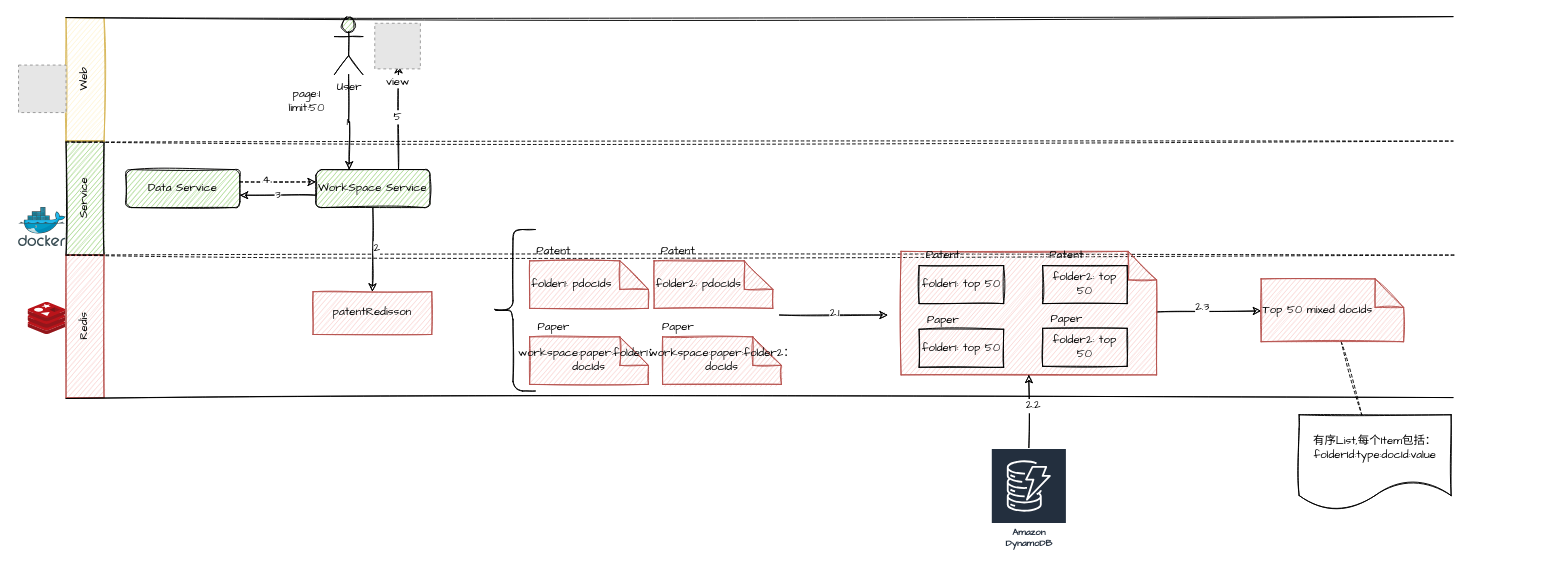
Before: page "Project Add Sorting" (2 of 5) of RD Innovation.drawio in yindongjun/gangzhang.github.io, a draw.io diagram. Source tidied: cells renumbered, new cells numbered last; positions are measured from the earlier drawing's top-left corner, leaving out a move shared by most shapes. Both pictures are drawn from the tidied source at 95%, with x=0, y=0 at pixel (18, 16). Pictures stored in the file or linked from it are replaced by grey dashed boxes.
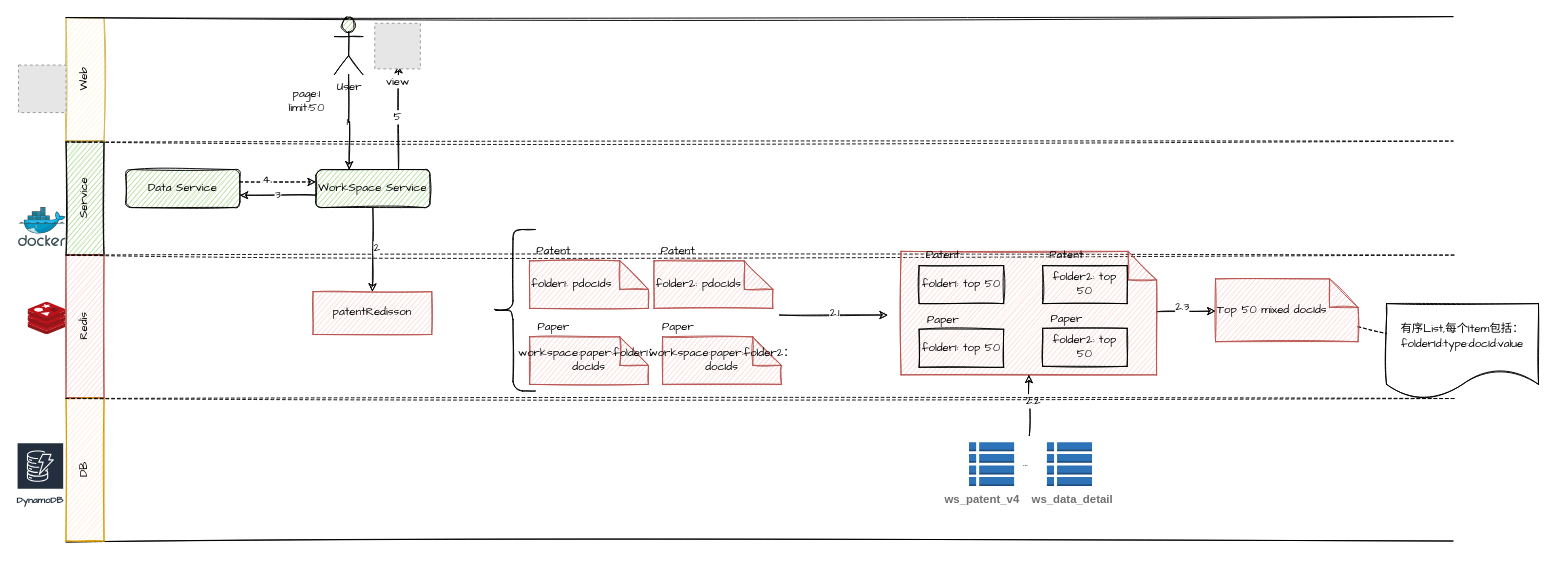
The same page after the edit.

The change refers to these unchanged cells:
```xml
<mxCell id="40" style="shape=note;whiteSpace=wrap;html=1;backgroundOutline=1;darkOpacity=0.05;sketch=1;fontFamily=Comic Sans MS;fillColor=#f8cecc;strokeColor=#b85450;align=left;" parent="1" vertex="1">
  <mxGeometry x="929" y="247.1" width="269" height="130" as="geometry" />
</mxCell>
```

What changed in the source:
```diff
@@
     <mxCell id="20" style="endArrow=none;html=1;rounded=0;sketch=1;fontFamily=Comic Sans MS;fontColor=none;exitX=0;exitY=1;exitDx=0;exitDy=0;" parent="1" edge="1">
       <mxGeometry relative="1" as="geometry">
-        <mxPoint x="50" y="402" as="sourcePoint" />
-        <mxPoint x="1510" y="401" as="targetPoint" />
+        <mxPoint x="50" y="553" as="sourcePoint" />
+        <mxPoint x="1510" y="552" as="targetPoint" />
       </mxGeometry>
     </mxCell>
@@
-    <mxCell id="49" style="edgeStyle=orthogonalEdgeStyle;rounded=0;sketch=1;jettySize=auto;html=1;fontFamily=Comic Sans MS;fontSize=12;fontColor=none;startArrow=none;startFill=0;" parent="1" edge="1" source="51" target="40">
-      <mxGeometry relative="1" as="geometry" />
+    <mxCell id="49" style="edgeStyle=orthogonalEdgeStyle;rounded=0;sketch=1;jettySize=auto;html=1;fontFamily=Comic Sans MS;fontSize=12;fontColor=none;startArrow=none;startFill=0;" parent="1" edge="1" target="40">
+      <mxGeometry relative="1" as="geometry">
+        <mxPoint x="1064" y="441" as="sourcePoint" />
+      </mxGeometry>
     </mxCell>
@@
-    <mxCell id="51" value="Amazon DynamoDB" style="sketch=0;outlineConnect=0;fontColor=#232F3E;gradientColor=none;strokeColor=#ffffff;fillColor=#232F3E;dashed=0;verticalLabelPosition=middle;verticalAlign=bottom;align=center;html=1;whiteSpace=wrap;fontSize=10;fontStyle=1;spacing=3;shape=mxgraph.aws4.productIcon;prIcon=mxgraph.aws4.dynamodb;fontFamily=Comic Sans MS;" parent="1" vertex="1">
-      <mxGeometry x="1023.5" y="454.1" width="80" height="110" as="geometry" />
+    <mxCell id="51" value="DynamoDB" style="sketch=0;outlineConnect=0;fontColor=#232F3E;gradientColor=none;strokeColor=#ffffff;fillColor=#232F3E;dashed=0;verticalLabelPosition=middle;verticalAlign=bottom;align=center;html=1;whiteSpace=wrap;fontSize=10;fontStyle=1;spacing=3;shape=mxgraph.aws4.productIcon;prIcon=mxgraph.aws4.dynamodb;fontFamily=Comic Sans MS;" parent="1" vertex="1">
+      <mxGeometry x="-2" y="448.1" width="50" height="71" as="geometry" />
     </mxCell>
@@
     <mxCell id="53" value="Top 50 mixed docIds" style="shape=note;whiteSpace=wrap;html=1;backgroundOutline=1;darkOpacity=0.05;sketch=1;fontFamily=Comic Sans MS;fillColor=#f8cecc;strokeColor=#b85450;align=left;" parent="1" vertex="1">
-      <mxGeometry x="1308" y="276.1" width="150" height="66.1" as="geometry" />
+      <mxGeometry x="1260" y="276.1" width="150" height="66.1" as="geometry" />
     </mxCell>
     <mxCell id="54" value="有序List,每个Item包括：folderId:type:docId:value" style="shape=document;whiteSpace=wrap;html=1;boundedLbl=1;sketch=1;fontFamily=Comic Sans MS;fontSize=12;fontColor=none;fillColor=none;" parent="1" vertex="1">
-      <mxGeometry x="1348" y="419.1" width="160" height="100" as="geometry" />
+      <mxGeometry x="1440" y="302.1" width="160" height="100" as="geometry" />
     </mxCell>
+    <mxCell id="55" value="DB" style="rounded=0;whiteSpace=wrap;html=1;sketch=1;fontFamily=Comic Sans MS;horizontal=0;fillColor=#ffe6cc;strokeColor=#d79b00;" parent="1" vertex="1">
+      <mxGeometry x="50" y="402" width="40" height="150" as="geometry" />
+    </mxCell>
+    <mxCell id="56" style="endArrow=none;dashed=1;html=1;rounded=0;sketch=1;fontFamily=Comic Sans MS;fontColor=none;exitX=0;exitY=1;exitDx=0;exitDy=0;" parent="1" edge="1">
+      <mxGeometry relative="1" as="geometry">
+        <mxPoint x="50" y="402" as="sourcePoint" />
+        <mxPoint x="1512" y="402" as="targetPoint" />
+      </mxGeometry>
+    </mxCell>
+    <mxCell id="57" style="dashed=0;verticalLabelPosition=bottom;verticalAlign=top;align=center;html=1;shape=mxgraph.aws3.table;fillColor=#2E73B8;gradientColor=none;sketch=0;fontFamily=Comic Sans MS;fontSize=12;fontColor=none;" parent="1" vertex="1">
+      <mxGeometry x="1000.5" y="448.1" width="47.5" height="46" as="geometry" />
+    </mxCell>
+    <mxCell id="58" style="dashed=0;verticalLabelPosition=bottom;verticalAlign=top;align=center;html=1;shape=mxgraph.aws3.table;fillColor=#2E73B8;gradientColor=none;sketch=0;fontFamily=Comic Sans MS;fontSize=12;fontColor=none;" parent="1" vertex="1">
+      <mxGeometry x="1082.5" y="448.1" width="47.5" height="46" as="geometry" />
+    </mxCell>
+    <mxCell id="59" value="&lt;span style=&quot;color: rgb(112 , 112 , 112) ; font-family: &amp;#34;arial&amp;#34; , sans-serif ; font-weight: 700 ; text-align: left ; background-color: rgb(255 , 255 , 255)&quot;&gt;ws_data_detail&lt;/span&gt;" style="text;html=1;align=center;verticalAlign=middle;strokeColor=none;fillColor=none;fontSize=12;fontFamily=Comic Sans MS;fontColor=none;" parent="1" vertex="1">
+      <mxGeometry x="1058.5" y="499.1" width="100" height="20" as="geometry" />
+    </mxCell>
+    <mxCell id="60" value="&lt;strong style=&quot;color: rgb(112 , 112 , 112) ; font-family: &amp;#34;arial&amp;#34; , sans-serif ; text-align: left ; background-color: rgb(255 , 255 , 255)&quot;&gt;ws_patent_v4&lt;/strong&gt;" style="text;html=1;align=center;verticalAlign=middle;strokeColor=none;fillColor=none;fontSize=12;fontFamily=Comic Sans MS;fontColor=none;" parent="1" vertex="1">
+      <mxGeometry x="968.5" y="499.1" width="90" height="20" as="geometry" />
+    </mxCell>
+    <mxCell id="61" value="..." style="text;html=1;align=center;verticalAlign=middle;strokeColor=none;fillColor=none;fontSize=12;fontFamily=Comic Sans MS;fontColor=none;" parent="1" vertex="1">
+      <mxGeometry x="1050" y="461" width="20" height="20" as="geometry" />
+    </mxCell>
```
